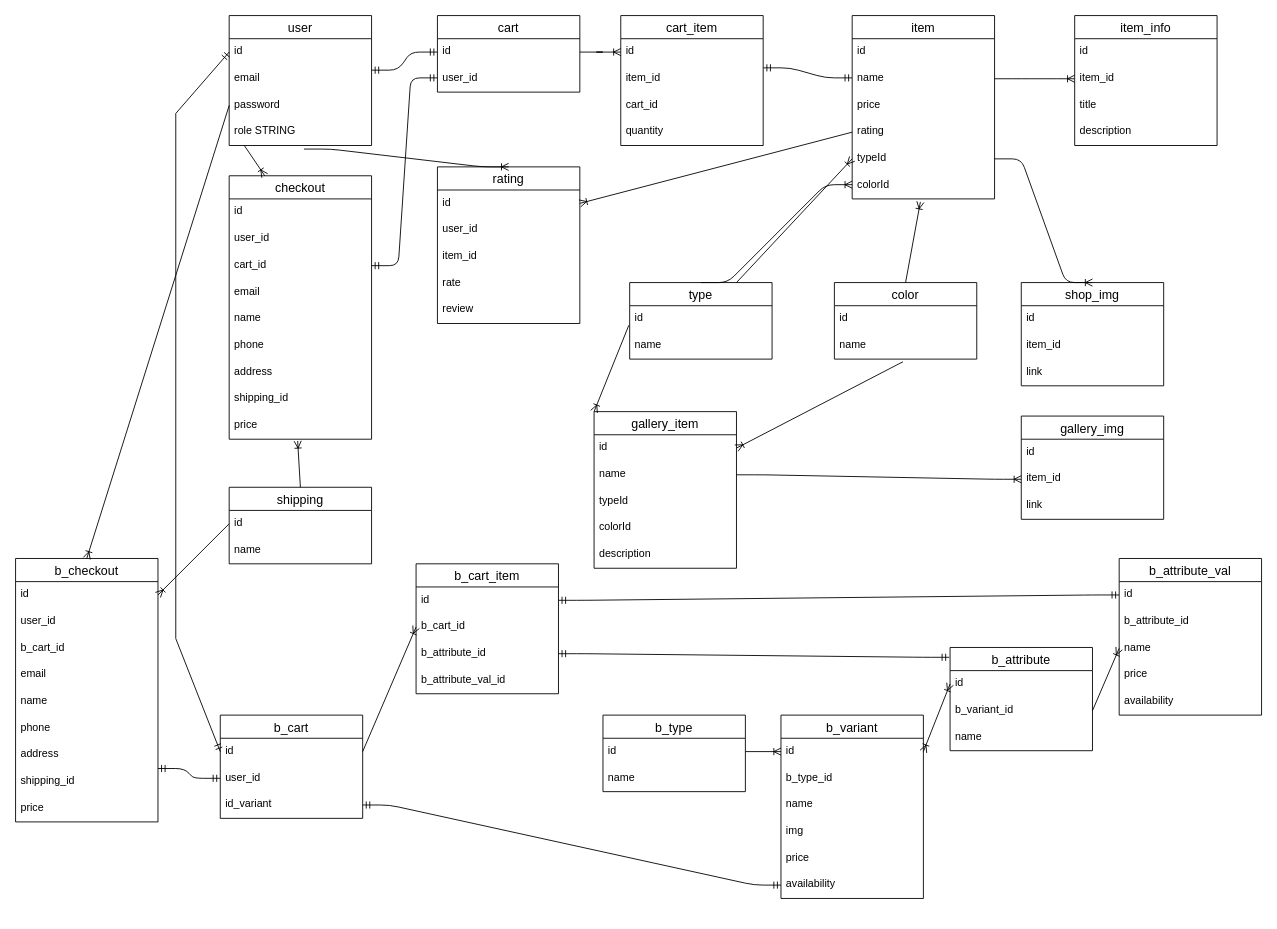
Earlier version of the draw.io diagram diagramms/full.drawio (DustyRebel/epoxy_shop). Source tidied: cells renumbered, new cells numbered last; positions are measured from the earlier drawing's top-left corner, leaving out a move shared by most shapes. Both pictures are drawn from the tidied source at 89%, with x=0, y=0 at pixel (15, 15).
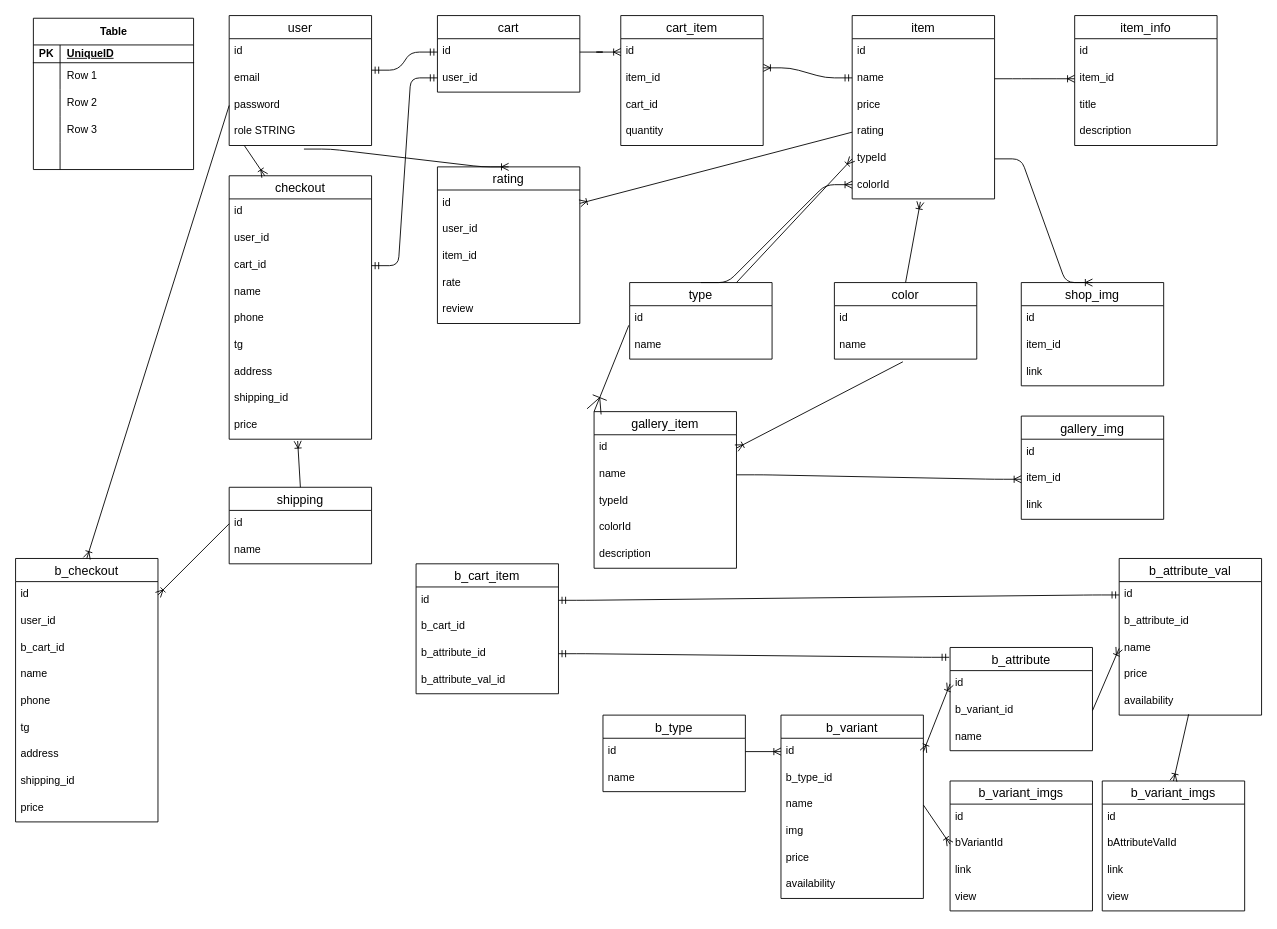
The same diagram, later.

The change refers to these unchanged cells:
```xml
<mxCell id="3" value="id" style="text;strokeColor=none;fillColor=none;spacingLeft=4;spacingRight=4;overflow=hidden;points=[[0,0.5],[1,0.5]];portConstraint=eastwest;fontSize=12;" parent="2" vertex="1">
  <mxGeometry y="26" width="160" height="30" as="geometry" />
</mxCell>
<mxCell id="19" value="id" style="text;strokeColor=none;fillColor=none;spacingLeft=4;spacingRight=4;overflow=hidden;points=[[0,0.5],[1,0.5]];portConstraint=eastwest;fontSize=12;" parent="18" vertex="1">
  <mxGeometry y="26" width="160" height="30" as="geometry" />
</mxCell>
<mxCell id="34" value="item_id" style="text;strokeColor=none;fillColor=none;spacingLeft=4;spacingRight=4;overflow=hidden;points=[[0,0.5],[1,0.5]];portConstraint=eastwest;fontSize=12;" parent="32" vertex="1">
  <mxGeometry y="56" width="160" height="30" as="geometry" />
</mxCell>
<mxCell id="53" value="gallery_item" style="swimlane;fontStyle=0;horizontal=1;startSize=26;align=center;fontSize=14;" parent="1" vertex="1">
  <mxGeometry x="650" y="445" width="160" height="176" as="geometry" />
</mxCell>
<mxCell id="66" value="checkout" style="swimlane;fontStyle=0;horizontal=1;startSize=26;align=center;fontSize=14;" parent="1" vertex="1">
  <mxGeometry x="240" y="180" width="160" height="296" as="geometry" />
</mxCell>
<mxCell id="88" value="name" style="text;strokeColor=none;fillColor=none;spacingLeft=4;spacingRight=4;overflow=hidden;points=[[0,0.5],[1,0.5]];portConstraint=eastwest;fontSize=12;" parent="85" vertex="1">
  <mxGeometry y="86" width="160" height="30" as="geometry" />
</mxCell>
<mxCell id="91" value="availability" style="text;strokeColor=none;fillColor=none;spacingLeft=4;spacingRight=4;overflow=hidden;points=[[0,0.5],[1,0.5]];portConstraint=eastwest;fontSize=12;" parent="85" vertex="1">
  <mxGeometry y="176" width="160" height="30" as="geometry" />
</mxCell>
<mxCell id="101" value="availability" style="text;strokeColor=none;fillColor=none;spacingLeft=4;spacingRight=4;overflow=hidden;points=[[0,0.5],[1,0.5]];portConstraint=eastwest;fontSize=12;" parent="96" vertex="1">
  <mxGeometry y="146" width="160" height="30" as="geometry" />
</mxCell>
<mxCell id="108" value="b_cart_id" style="text;strokeColor=none;fillColor=none;spacingLeft=4;spacingRight=4;overflow=hidden;points=[[0,0.5],[1,0.5]];portConstraint=eastwest;fontSize=12;" parent="106" vertex="1">
  <mxGeometry y="56" width="160" height="30" as="geometry" />
</mxCell>
<mxCell id="119" value="b_checkout" style="swimlane;fontStyle=0;horizontal=1;startSize=26;align=center;fontSize=14;" parent="1" vertex="1">
  <mxGeometry y="610" width="160" height="296" as="geometry" />
</mxCell>
```

Change to the diagram source:
```diff
@@
-    <mxCell id="38" style="edgeStyle=entityRelationEdgeStyle;fontSize=12;html=1;endArrow=ERmandOne;startArrow=ERmandOne;exitX=1.001;exitY=0.091;exitDx=0;exitDy=0;exitPerimeter=0;" parent="1" edge="1" source="34">
+    <mxCell id="38" style="edgeStyle=entityRelationEdgeStyle;fontSize=12;html=1;endArrow=ERmandOne;startArrow=ERoneToMany;exitX=1.001;exitY=0.091;exitDx=0;exitDy=0;exitPerimeter=0;startFill=0;" parent="1" edge="1" source="34">
       <mxGeometry relative="1" as="geometry">
         <mxPoint x="940" y="70" as="targetPoint" />
       </mxGeometry>
     </mxCell>
@@
-    <mxCell id="60" style="fontSize=12;html=1;endArrow=ERoneToMany;entryX=0;entryY=0;entryDx=0;entryDy=0;exitX=-0.006;exitY=0.733;exitDx=0;exitDy=0;exitPerimeter=0;" parent="1" edge="1" source="19" target="53">
+    <mxCell id="60" style="fontSize=12;html=1;endArrow=ERoneToMany;entryX=0;entryY=0;entryDx=0;entryDy=0;exitX=-0.006;exitY=0.733;exitDx=0;exitDy=0;exitPerimeter=0;endSize=15;startSize=15;" parent="1" edge="1" source="19" target="53">
       <mxGeometry relative="1" as="geometry" />
     </mxCell>
@@
-    <mxCell id="70" value="email" style="text;strokeColor=none;fillColor=none;spacingLeft=4;spacingRight=4;overflow=hidden;fontSize=12;" parent="66" vertex="1">
-      <mxGeometry y="116" width="160" height="30" as="geometry" />
-    </mxCell>
     <mxCell id="71" value="name" style="text;strokeColor=none;fillColor=none;spacingLeft=4;spacingRight=4;overflow=hidden;fontSize=12;" parent="66" vertex="1">
-      <mxGeometry y="146" width="160" height="30" as="geometry" />
+      <mxGeometry y="116" width="160" height="30" as="geometry" />
     </mxCell>
     <mxCell id="72" value="phone" style="text;strokeColor=none;fillColor=none;spacingLeft=4;spacingRight=4;overflow=hidden;fontSize=12;" parent="66" vertex="1">
-      <mxGeometry y="176" width="160" height="30" as="geometry" />
+      <mxGeometry y="146" width="160" height="30" as="geometry" />
     </mxCell>
+    <mxCell id="132" value="tg" style="text;strokeColor=none;fillColor=none;spacingLeft=4;spacingRight=4;overflow=hidden;fontSize=12;" parent="66" vertex="1">
+      <mxGeometry y="176" width="160" height="30" as="geometry" />
+    </mxCell>
@@
-    <mxCell id="102" value="b_cart" style="swimlane;fontStyle=0;horizontal=1;startSize=26;align=center;fontSize=14;" parent="1" vertex="1">
-      <mxGeometry x="230" y="786" width="160" height="116" as="geometry" />
-    </mxCell>
-    <mxCell id="103" value="id" style="text;strokeColor=none;fillColor=none;spacingLeft=4;spacingRight=4;overflow=hidden;points=[[0,0.5],[1,0.5]];portConstraint=eastwest;fontSize=12;" parent="102" vertex="1">
-      <mxGeometry y="26" width="160" height="30" as="geometry" />
-    </mxCell>
-    <mxCell id="104" value="user_id" style="text;strokeColor=none;fillColor=none;spacingLeft=4;spacingRight=4;overflow=hidden;points=[[0,0.5],[1,0.5]];portConstraint=eastwest;fontSize=12;" parent="102" vertex="1">
-      <mxGeometry y="56" width="160" height="30" as="geometry" />
-    </mxCell>
-    <mxCell id="105" value="id_variant" style="text;strokeColor=none;fillColor=none;spacingLeft=4;spacingRight=4;overflow=hidden;points=[[0,0.5],[1,0.5]];portConstraint=eastwest;fontSize=12;" parent="102" vertex="1">
-      <mxGeometry y="86" width="160" height="30" as="geometry" />
-    </mxCell>
@@
-    <mxCell id="114" style="endArrow=ERmandOne;html=1;rounded=0;entryX=0;entryY=0.5;entryDx=0;entryDy=0;exitX=0;exitY=0.5;exitDx=0;exitDy=0;startArrow=ERmandOne;startFill=0;endFill=0;" parent="1" edge="1" source="103" target="3">
-      <mxGeometry relative="1" as="geometry">
-        <Array as="points">
-          <mxPoint x="180" y="700" />
-          <mxPoint x="180" y="110" />
-        </Array>
-      </mxGeometry>
-    </mxCell>
-    <mxCell id="115" style="fontSize=12;html=1;endArrow=ERoneToMany;exitX=1;exitY=0.5;exitDx=0;exitDy=0;entryX=0;entryY=0.5;entryDx=0;entryDy=0;" parent="1" edge="1" source="103" target="108">
-      <mxGeometry relative="1" as="geometry" />
-    </mxCell>
-    <mxCell id="116" style="edgeStyle=entityRelationEdgeStyle;fontSize=12;html=1;endArrow=ERmandOne;startArrow=ERmandOne;exitX=1;exitY=0.5;exitDx=0;exitDy=0;entryX=0;entryY=0.5;entryDx=0;entryDy=0;" parent="1" edge="1" source="105" target="91">
-      <mxGeometry relative="1" as="geometry" />
-    </mxCell>
@@
-    <mxCell id="123" value="email" style="text;strokeColor=none;fillColor=none;spacingLeft=4;spacingRight=4;overflow=hidden;fontSize=12;" parent="119" vertex="1">
-      <mxGeometry y="116" width="160" height="30" as="geometry" />
-    </mxCell>
     <mxCell id="124" value="name" style="text;strokeColor=none;fillColor=none;spacingLeft=4;spacingRight=4;overflow=hidden;fontSize=12;" parent="119" vertex="1">
-      <mxGeometry y="146" width="160" height="30" as="geometry" />
+      <mxGeometry y="116" width="160" height="30" as="geometry" />
     </mxCell>
     <mxCell id="125" value="phone" style="text;strokeColor=none;fillColor=none;spacingLeft=4;spacingRight=4;overflow=hidden;fontSize=12;" parent="119" vertex="1">
-      <mxGeometry y="176" width="160" height="30" as="geometry" />
+      <mxGeometry y="146" width="160" height="30" as="geometry" />
     </mxCell>
+    <mxCell id="133" value="tg" style="text;strokeColor=none;fillColor=none;spacingLeft=4;spacingRight=4;overflow=hidden;fontSize=12;" parent="119" vertex="1">
+      <mxGeometry y="176" width="160" height="30" as="geometry" />
+    </mxCell>
@@
-    <mxCell id="131" style="edgeStyle=entityRelationEdgeStyle;fontSize=12;html=1;endArrow=ERmandOne;startArrow=ERmandOne;exitX=1;exitY=0.5;exitDx=0;exitDy=0;entryX=0;entryY=0.5;entryDx=0;entryDy=0;" parent="1" edge="1" target="104">
-      <mxGeometry relative="1" as="geometry">
-        <mxPoint x="160" y="846" as="sourcePoint" />
-      </mxGeometry>
-    </mxCell>
+    <mxCell id="134" value="b_variant_imgs" style="swimlane;fontStyle=0;horizontal=1;startSize=26;align=center;fontSize=14;" parent="1" vertex="1">
+      <mxGeometry x="1050" y="860" width="160" height="146" as="geometry" />
+    </mxCell>
+    <mxCell id="135" value="id" style="text;strokeColor=none;fillColor=none;spacingLeft=4;spacingRight=4;overflow=hidden;fontSize=12;" parent="134" vertex="1">
+      <mxGeometry y="26" width="160" height="30" as="geometry" />
+    </mxCell>
+    <mxCell id="136" value="bVariantId" style="text;strokeColor=none;fillColor=none;spacingLeft=4;spacingRight=4;overflow=hidden;points=[[0,0.5],[1,0.5]];portConstraint=eastwest;fontSize=12;" parent="134" vertex="1">
+      <mxGeometry y="56" width="160" height="30" as="geometry" />
+    </mxCell>
+    <mxCell id="137" value="link" style="text;strokeColor=none;fillColor=none;spacingLeft=4;spacingRight=4;overflow=hidden;fontSize=12;" parent="134" vertex="1">
+      <mxGeometry y="86" width="160" height="30" as="geometry" />
+    </mxCell>
+    <mxCell id="138" value="view" style="text;strokeColor=none;fillColor=none;spacingLeft=4;spacingRight=4;overflow=hidden;fontSize=12;" parent="134" vertex="1">
+      <mxGeometry y="116" width="160" height="30" as="geometry" />
+    </mxCell>
+    <mxCell id="139" value="b_variant_imgs" style="swimlane;fontStyle=0;horizontal=1;startSize=26;align=center;fontSize=14;" parent="1" vertex="1">
+      <mxGeometry x="1221" y="860" width="160" height="146" as="geometry" />
+    </mxCell>
+    <mxCell id="140" value="id" style="text;strokeColor=none;fillColor=none;spacingLeft=4;spacingRight=4;overflow=hidden;fontSize=12;" parent="139" vertex="1">
+      <mxGeometry y="26" width="160" height="30" as="geometry" />
+    </mxCell>
+    <mxCell id="141" value="bAttributeValId" style="text;strokeColor=none;fillColor=none;spacingLeft=4;spacingRight=4;overflow=hidden;fontSize=12;" parent="139" vertex="1">
+      <mxGeometry y="56" width="160" height="30" as="geometry" />
+    </mxCell>
+    <mxCell id="142" value="link" style="text;strokeColor=none;fillColor=none;spacingLeft=4;spacingRight=4;overflow=hidden;fontSize=12;" parent="139" vertex="1">
+      <mxGeometry y="86" width="160" height="30" as="geometry" />
+    </mxCell>
+    <mxCell id="143" value="view" style="text;strokeColor=none;fillColor=none;spacingLeft=4;spacingRight=4;overflow=hidden;fontSize=12;" parent="139" vertex="1">
+      <mxGeometry y="116" width="160" height="30" as="geometry" />
+    </mxCell>
+    <mxCell id="144" style="fontSize=12;html=1;endArrow=ERoneToMany;exitX=0.488;exitY=0.967;exitDx=0;exitDy=0;entryX=0.5;entryY=0;entryDx=0;entryDy=0;exitPerimeter=0;" parent="1" edge="1" source="101" target="139">
+      <mxGeometry relative="1" as="geometry" />
+    </mxCell>
+    <mxCell id="145" style="fontSize=12;html=1;endArrow=ERoneToMany;exitX=1;exitY=0.5;exitDx=0;exitDy=0;entryX=0;entryY=0.5;entryDx=0;entryDy=0;" parent="1" edge="1" source="88" target="136">
+      <mxGeometry relative="1" as="geometry" />
+    </mxCell>
+    <mxCell id="146" value="Table" style="shape=table;startSize=30;childLayout=tableLayout;rowLines=0;fontStyle=1;align=center;html=1;" parent="1" vertex="1">
+      <mxGeometry x="20" y="3" width="180" height="170" as="geometry" />
+    </mxCell>
+    <mxCell id="147" style="shape=tableRow;horizontal=0;startSize=0;swimlaneHead=0;swimlaneBody=0;fillColor=none;top=0;left=0;right=0;bottom=1;" parent="146" vertex="1">
+      <mxGeometry y="30" width="180" height="20" as="geometry" />
+    </mxCell>
+    <mxCell id="148" value="PK" style="shape=partialRectangle;fillColor=none;top=0;left=0;bottom=0;right=0;fontStyle=1;overflow=hidden;whiteSpace=wrap;html=1;" parent="147" vertex="1">
+      <mxGeometry width="30" height="20" as="geometry" />
+    </mxCell>
+    <mxCell id="149" value="UniqueID" style="shape=partialRectangle;fillColor=none;top=0;left=0;bottom=0;right=0;align=left;spacingLeft=6;fontStyle=5;overflow=hidden;whiteSpace=wrap;html=1;" parent="147" vertex="1">
+      <mxGeometry x="30" width="150" height="20" as="geometry" />
+    </mxCell>
+    <mxCell id="150" style="shape=tableRow;horizontal=0;startSize=0;swimlaneHead=0;swimlaneBody=0;fillColor=none;top=0;left=0;right=0;bottom=0;" parent="146" vertex="1">
+      <mxGeometry y="50" width="180" height="30" as="geometry" />
+    </mxCell>
+    <mxCell id="151" style="shape=partialRectangle;fillColor=none;top=0;left=0;bottom=0;right=0;overflow=hidden;whiteSpace=wrap;html=1;" parent="150" vertex="1">
+      <mxGeometry width="30" height="30" as="geometry" />
+    </mxCell>
+    <mxCell id="152" value="Row 1" style="shape=partialRectangle;fillColor=none;top=0;left=0;bottom=0;right=0;align=left;spacingLeft=6;overflow=hidden;whiteSpace=wrap;html=1;" parent="150" vertex="1">
+      <mxGeometry x="30" width="150" height="30" as="geometry" />
+    </mxCell>
+    <mxCell id="153" style="shape=tableRow;horizontal=0;startSize=0;swimlaneHead=0;swimlaneBody=0;fillColor=none;top=0;left=0;right=0;bottom=0;" parent="146" vertex="1">
+      <mxGeometry y="80" width="180" height="30" as="geometry" />
+    </mxCell>
+    <mxCell id="154" style="shape=partialRectangle;fillColor=none;top=0;left=0;bottom=0;right=0;overflow=hidden;whiteSpace=wrap;html=1;" parent="153" vertex="1">
+      <mxGeometry width="30" height="30" as="geometry" />
+    </mxCell>
+    <mxCell id="155" value="Row 2" style="shape=partialRectangle;fillColor=none;top=0;left=0;bottom=0;right=0;align=left;spacingLeft=6;overflow=hidden;whiteSpace=wrap;html=1;" parent="153" vertex="1">
+      <mxGeometry x="30" width="150" height="30" as="geometry" />
+    </mxCell>
+    <mxCell id="156" style="shape=tableRow;horizontal=0;startSize=0;swimlaneHead=0;swimlaneBody=0;fillColor=none;top=0;left=0;right=0;bottom=0;" parent="146" vertex="1">
+      <mxGeometry y="110" width="180" height="30" as="geometry" />
+    </mxCell>
+    <mxCell id="157" style="shape=partialRectangle;fillColor=none;top=0;left=0;bottom=0;right=0;overflow=hidden;whiteSpace=wrap;html=1;" parent="156" vertex="1">
+      <mxGeometry width="30" height="30" as="geometry" />
+    </mxCell>
+    <mxCell id="158" value="Row 3" style="shape=partialRectangle;fillColor=none;top=0;left=0;bottom=0;right=0;align=left;spacingLeft=6;overflow=hidden;whiteSpace=wrap;html=1;" parent="156" vertex="1">
+      <mxGeometry x="30" width="150" height="30" as="geometry" />
+    </mxCell>
+    <mxCell id="159" style="shape=tableRow;horizontal=0;startSize=0;swimlaneHead=0;swimlaneBody=0;fillColor=none;top=0;left=0;right=0;bottom=0;" parent="146" vertex="1">
+      <mxGeometry y="140" width="180" height="30" as="geometry" />
+    </mxCell>
+    <mxCell id="160" style="shape=partialRectangle;fillColor=none;top=0;left=0;bottom=0;right=0;overflow=hidden;whiteSpace=wrap;html=1;" parent="159" vertex="1">
+      <mxGeometry width="30" height="30" as="geometry" />
+    </mxCell>
+    <mxCell id="161" style="shape=partialRectangle;fillColor=none;top=0;left=0;bottom=0;right=0;align=left;spacingLeft=6;overflow=hidden;whiteSpace=wrap;html=1;" parent="159" vertex="1">
+      <mxGeometry x="30" width="150" height="30" as="geometry" />
+    </mxCell>
```
